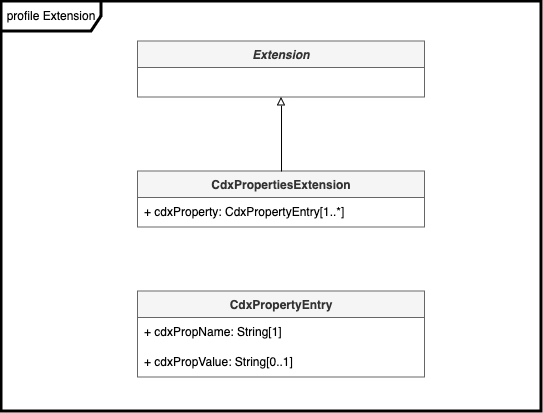
This is images/model-extension.png from spdx/spdx-3-model, a draw.io export, as it was before one commit. Source tidied: cells renumbered, new cells last; positions are measured from the earlier drawing's top-left corner, leaving out a move shared by most shapes.
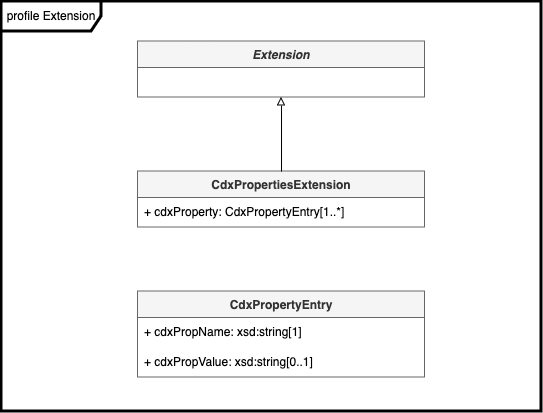
The same diagram one commit later.

The edit, as a diff of the source:
```diff
@@ -17,10 +17,10 @@
     <mxCell id="6" value="CdxPropertyEntry" style="swimlane;fontStyle=1;horizontal=1;startSize=26;fillColor=#f5f5f5;strokeColor=#666666;fontColor=#333333;" parent="1" vertex="1">
       <mxGeometry x="136.5" y="290" width="287" height="86" as="geometry" />
     </mxCell>
-    <mxCell id="7" value="+ cdxPropName: String[1]" style="text;strokeColor=none;fillColor=none;align=left;verticalAlign=middle;spacingLeft=4;spacingRight=4;overflow=hidden;whiteSpace=wrap;html=1;" parent="6" vertex="1">
+    <mxCell id="7" value="+ cdxPropName: xsd:string[1]" style="text;strokeColor=none;fillColor=none;align=left;verticalAlign=middle;spacingLeft=4;spacingRight=4;overflow=hidden;whiteSpace=wrap;html=1;" parent="6" vertex="1">
       <mxGeometry y="26" width="287" height="30" as="geometry" />
     </mxCell>
-    <mxCell id="8" value="+ cdxPropValue: String[0..1]" style="text;strokeColor=none;fillColor=none;align=left;verticalAlign=middle;spacingLeft=4;spacingRight=4;overflow=hidden;whiteSpace=wrap;html=1;" parent="6" vertex="1">
+    <mxCell id="8" value="+ cdxPropValue: xsd:string[0..1]" style="text;strokeColor=none;fillColor=none;align=left;verticalAlign=middle;spacingLeft=4;spacingRight=4;overflow=hidden;whiteSpace=wrap;html=1;" parent="6" vertex="1">
       <mxGeometry y="56" width="287" height="30" as="geometry" />
     </mxCell>
     <mxCell id="9" style="endArrow=block;html=1;rounded=0;entryX=0.5;entryY=1;entryDx=0;entryDy=0;exitX=0.5;exitY=0;exitDx=0;exitDy=0;endFill=0;" parent="1" edge="1" source="4" target="3">
```
